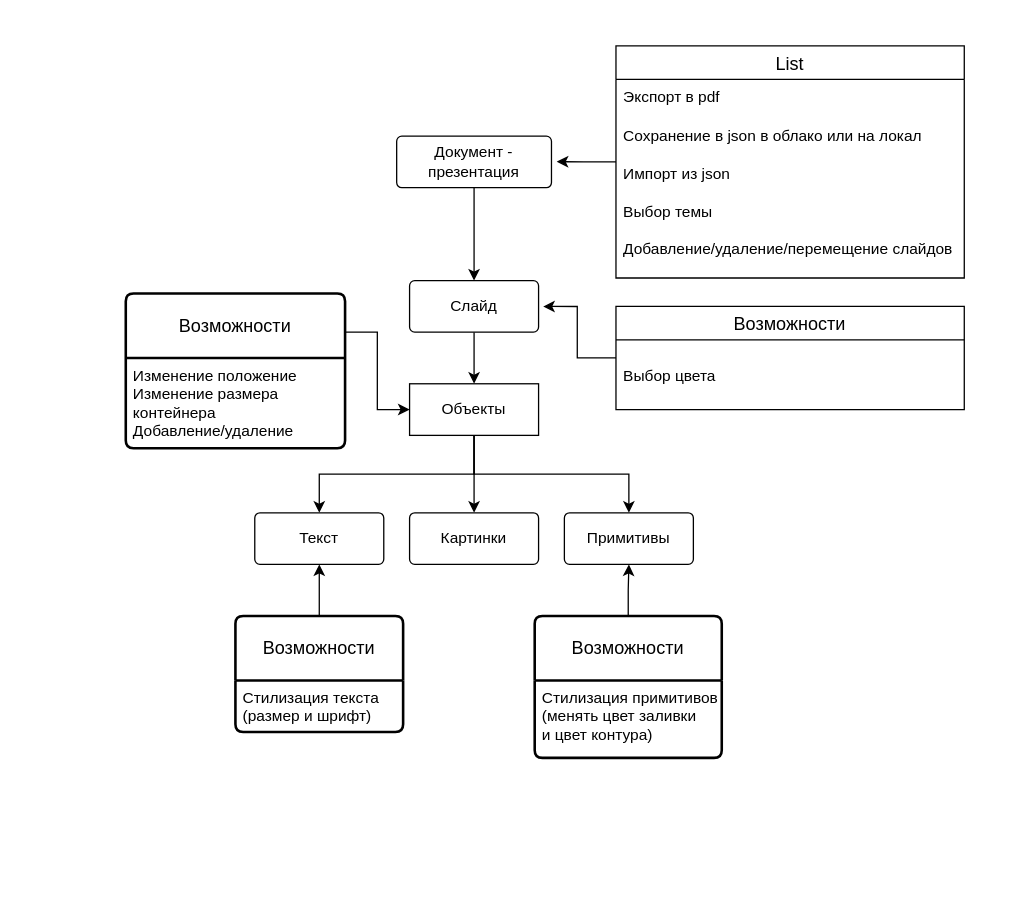
The draw.io diagram Untitled Diagram.drawio in Kortasfa/COM, before the edit. Source tidied: cells renumbered, new cells numbered last; positions are measured from the earlier drawing's top-left corner, leaving out a move shared by most shapes. Both pictures are drawn from the tidied source at 129%, with x=0, y=0 at pixel (125, 45).
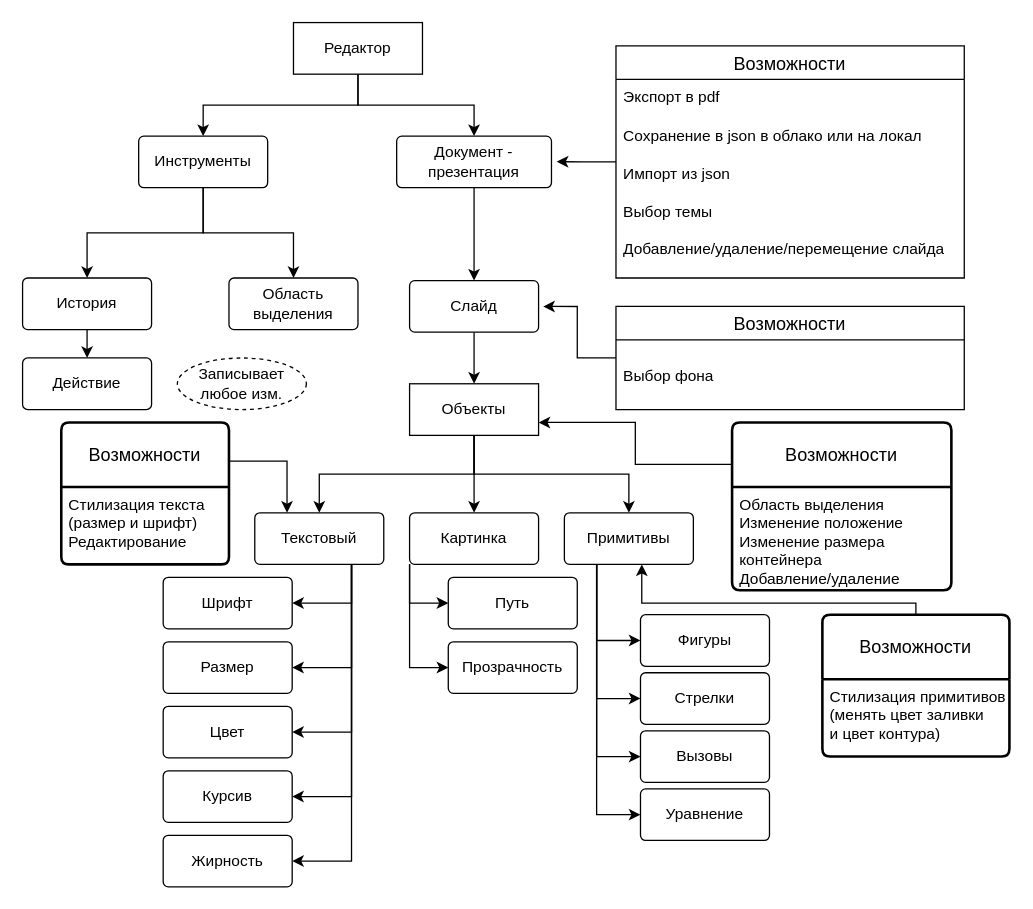
After the change.

Unchanged cells that the change refers to:
```xml
<mxCell id="3" value="Документ - презентация" style="rounded=1;arcSize=10;whiteSpace=wrap;html=1;align=center;" parent="1" vertex="1">
  <mxGeometry x="210" y="70" width="120" height="40" as="geometry" />
</mxCell>
<mxCell id="9" value="Объекты" style="whiteSpace=wrap;html=1;align=center;" parent="1" vertex="1">
  <mxGeometry x="220" y="262" width="100" height="40" as="geometry" />
</mxCell>
<mxCell id="12" value="Примитивы" style="rounded=1;arcSize=10;whiteSpace=wrap;html=1;align=center;" parent="1" vertex="1">
  <mxGeometry x="340" y="362" width="100" height="40" as="geometry" />
</mxCell>
<mxCell id="14" value="Возможности" style="swimlane;fontStyle=0;horizontal=1;startSize=26;align=center;fontSize=14;" parent="1" vertex="1">
  <mxGeometry x="380" y="202" width="270" height="80" as="geometry" />
</mxCell>
```

The edit, as a diff of the source:
```diff
@@
+    <mxCell id="30" style="edgeStyle=orthogonalEdgeStyle;rounded=0;jettySize=auto;html=1;exitX=0.75;exitY=1;exitDx=0;exitDy=0;entryX=1;entryY=0.5;entryDx=0;entryDy=0;" parent="1" edge="1" source="10" target="57">
+      <mxGeometry relative="1" as="geometry" />
+    </mxCell>
+    <mxCell id="31" style="edgeStyle=orthogonalEdgeStyle;rounded=0;jettySize=auto;html=1;exitX=0.75;exitY=1;exitDx=0;exitDy=0;entryX=1;entryY=0.5;entryDx=0;entryDy=0;" parent="1" edge="1" source="10" target="58">
+      <mxGeometry relative="1" as="geometry" />
+    </mxCell>
+    <mxCell id="32" style="edgeStyle=orthogonalEdgeStyle;rounded=0;jettySize=auto;html=1;exitX=0.75;exitY=1;exitDx=0;exitDy=0;entryX=1;entryY=0.5;entryDx=0;entryDy=0;" parent="1" edge="1" source="10" target="59">
+      <mxGeometry relative="1" as="geometry" />
+    </mxCell>
+    <mxCell id="33" style="edgeStyle=orthogonalEdgeStyle;rounded=0;jettySize=auto;html=1;exitX=0.75;exitY=1;exitDx=0;exitDy=0;entryX=1;entryY=0.5;entryDx=0;entryDy=0;" parent="1" edge="1" source="10" target="60">
+      <mxGeometry relative="1" as="geometry" />
+    </mxCell>
+    <mxCell id="34" style="edgeStyle=orthogonalEdgeStyle;rounded=0;jettySize=auto;html=1;exitX=0.75;exitY=1;exitDx=0;exitDy=0;entryX=1;entryY=0.5;entryDx=0;entryDy=0;" parent="1" edge="1" source="10" target="61">
+      <mxGeometry relative="1" as="geometry" />
+    </mxCell>
-    <mxCell id="10" value="Текст" style="rounded=1;arcSize=10;whiteSpace=wrap;html=1;align=center;" parent="1" vertex="1">
+    <mxCell id="10" value="Текстовый" style="rounded=1;arcSize=10;whiteSpace=wrap;html=1;align=center;" parent="1" vertex="1">
       <mxGeometry x="100" y="362" width="100" height="40" as="geometry" />
     </mxCell>
+    <mxCell id="35" style="edgeStyle=orthogonalEdgeStyle;rounded=0;jettySize=auto;html=1;exitX=0;exitY=1;exitDx=0;exitDy=0;entryX=0;entryY=0.5;entryDx=0;entryDy=0;" parent="1" edge="1" source="11" target="62">
+      <mxGeometry relative="1" as="geometry" />
+    </mxCell>
+    <mxCell id="36" style="edgeStyle=orthogonalEdgeStyle;rounded=0;jettySize=auto;html=1;exitX=0;exitY=1;exitDx=0;exitDy=0;entryX=0;entryY=0.5;entryDx=0;entryDy=0;" parent="1" edge="1" source="11" target="63">
+      <mxGeometry relative="1" as="geometry" />
+    </mxCell>
-    <mxCell id="11" value="Картинки" style="rounded=1;arcSize=10;whiteSpace=wrap;html=1;align=center;" parent="1" vertex="1">
+    <mxCell id="11" value="Картинка" style="rounded=1;arcSize=10;whiteSpace=wrap;html=1;align=center;" parent="1" vertex="1">
       <mxGeometry x="220" y="362" width="100" height="40" as="geometry" />
     </mxCell>
+    <mxCell id="37" style="edgeStyle=orthogonalEdgeStyle;rounded=0;jettySize=auto;html=1;exitX=0.25;exitY=1;exitDx=0;exitDy=0;entryX=0;entryY=0.5;entryDx=0;entryDy=0;" parent="1" edge="1" source="12" target="53">
+      <mxGeometry relative="1" as="geometry" />
+    </mxCell>
+    <mxCell id="38" style="edgeStyle=orthogonalEdgeStyle;rounded=0;jettySize=auto;html=1;exitX=0.25;exitY=1;exitDx=0;exitDy=0;entryX=0;entryY=0.5;entryDx=0;entryDy=0;" parent="1" edge="1" source="12" target="54">
+      <mxGeometry relative="1" as="geometry" />
+    </mxCell>
+    <mxCell id="39" style="edgeStyle=orthogonalEdgeStyle;rounded=0;jettySize=auto;html=1;exitX=0.25;exitY=1;exitDx=0;exitDy=0;entryX=0;entryY=0.5;entryDx=0;entryDy=0;" parent="1" edge="1" source="12" target="55">
+      <mxGeometry relative="1" as="geometry" />
+    </mxCell>
+    <mxCell id="40" style="edgeStyle=orthogonalEdgeStyle;rounded=0;jettySize=auto;html=1;exitX=0.25;exitY=1;exitDx=0;exitDy=0;entryX=0;entryY=0.5;entryDx=0;entryDy=0;" parent="1" edge="1" source="12" target="56">
+      <mxGeometry relative="1" as="geometry" />
+    </mxCell>
@@
-    <mxCell id="15" value="&lt;br&gt;Выбор цвета&amp;nbsp;" style="text;strokeColor=none;fillColor=none;spacingLeft=4;spacingRight=4;overflow=hidden;fontSize=12;whiteSpace=wrap;html=1;" parent="14" vertex="1">
+    <mxCell id="15" value="&lt;br&gt;Выбор фона&amp;nbsp;" style="text;strokeColor=none;fillColor=none;spacingLeft=4;spacingRight=4;overflow=hidden;fontSize=12;whiteSpace=wrap;html=1;" parent="14" vertex="1">
       <mxGeometry y="26" width="270" height="54" as="geometry" />
     </mxCell>
@@
-    <mxCell id="17" value="List" style="swimlane;fontStyle=0;horizontal=1;startSize=26;align=center;fontSize=14;" parent="1" vertex="1">
+    <mxCell id="17" value="Возможности" style="swimlane;fontStyle=0;horizontal=1;startSize=26;align=center;fontSize=14;" parent="1" vertex="1">
       <mxGeometry x="380" width="270" height="180" as="geometry" />
     </mxCell>
@@
-    <mxCell id="20" value="Импорт из json&lt;br&gt;&lt;br&gt;Выбор темы&lt;br&gt;&lt;br&gt;Добавление/удаление/перемещение слайдов" style="text;strokeColor=none;fillColor=none;spacingLeft=4;spacingRight=4;overflow=hidden;fontSize=12;whiteSpace=wrap;html=1;" parent="17" vertex="1">
+    <mxCell id="20" value="Импорт из json&lt;br&gt;&lt;br&gt;Выбор темы&lt;br&gt;&lt;br&gt;Добавление/удаление/перемещение слайда" style="text;strokeColor=none;fillColor=none;spacingLeft=4;spacingRight=4;overflow=hidden;fontSize=12;whiteSpace=wrap;html=1;" parent="17" vertex="1">
       <mxGeometry y="86" width="270" height="94" as="geometry" />
     </mxCell>
-    <mxCell id="21" style="edgeStyle=orthogonalEdgeStyle;rounded=0;jettySize=auto;html=1;entryX=0.5;entryY=1;entryDx=0;entryDy=0;" parent="1" edge="1" source="22" target="10">
-      <mxGeometry relative="1" as="geometry" />
-    </mxCell>
+    <mxCell id="41" style="edgeStyle=orthogonalEdgeStyle;rounded=0;jettySize=auto;html=1;entryX=0.25;entryY=0;entryDx=0;entryDy=0;exitX=1;exitY=0;exitDx=0;exitDy=0;" parent="1" edge="1" source="23" target="10">
+      <mxGeometry relative="1" as="geometry" />
+    </mxCell>
     <mxCell id="22" value="Возможности" style="swimlane;horizontal=1;startSize=50;rounded=1;fontSize=14;fontStyle=0;strokeWidth=2;shadow=0;dashed=0;align=center;arcSize=4;whiteSpace=wrap;html=1;" parent="1" vertex="1">
-      <mxGeometry x="85" y="442" width="130" height="90" as="geometry" />
+      <mxGeometry x="-50" y="292" width="130" height="110" as="geometry" />
     </mxCell>
-    <mxCell id="23" value="Стилизация текста &lt;br&gt;(размер и шрифт)" style="align=left;strokeColor=none;fillColor=none;spacingLeft=4;fontSize=12;verticalAlign=top;html=1;" parent="22" vertex="1">
-      <mxGeometry y="50" width="130" height="40" as="geometry" />
+    <mxCell id="23" value="Стилизация текста &lt;br&gt;(размер и шрифт)&lt;br&gt;Редактирование" style="align=left;strokeColor=none;fillColor=none;spacingLeft=4;fontSize=12;verticalAlign=top;html=1;" parent="22" vertex="1">
+      <mxGeometry y="50" width="130" height="60" as="geometry" />
     </mxCell>
+    <mxCell id="42" style="edgeStyle=orthogonalEdgeStyle;rounded=0;jettySize=auto;html=1;exitX=0;exitY=0.25;exitDx=0;exitDy=0;entryX=1;entryY=0.75;entryDx=0;entryDy=0;" parent="1" edge="1" source="24" target="9">
+      <mxGeometry relative="1" as="geometry" />
+    </mxCell>
     <mxCell id="24" value="Возможности" style="swimlane;horizontal=1;startSize=50;rounded=1;fontSize=14;fontStyle=0;strokeWidth=2;shadow=0;dashed=0;align=center;arcSize=4;whiteSpace=wrap;html=1;" parent="1" vertex="1">
-      <mxGeometry y="192" width="170" height="120" as="geometry" />
+      <mxGeometry x="470" y="292" width="170" height="130" as="geometry" />
     </mxCell>
-    <mxCell id="25" value="Изменение положение&lt;br&gt;Изменение размера &lt;br&gt;контейнера&lt;br&gt;Добавление/удаление" style="align=left;strokeColor=none;fillColor=none;spacingLeft=4;fontSize=12;verticalAlign=top;html=1;" parent="24" vertex="1">
-      <mxGeometry y="50" width="170" height="70" as="geometry" />
+    <mxCell id="25" value="Область выделения&lt;br&gt;Изменение положение&lt;br&gt;Изменение размера &lt;br&gt;контейнера&lt;br&gt;Добавление/удаление" style="align=left;strokeColor=none;fillColor=none;spacingLeft=4;fontSize=12;verticalAlign=top;html=1;" parent="24" vertex="1">
+      <mxGeometry y="50" width="170" height="80" as="geometry" />
     </mxCell>
-    <mxCell id="26" style="edgeStyle=orthogonalEdgeStyle;rounded=0;jettySize=auto;html=1;exitX=1;exitY=0;exitDx=0;exitDy=0;entryX=0;entryY=0.5;entryDx=0;entryDy=0;" parent="1" edge="1" source="25" target="9">
-      <mxGeometry relative="1" as="geometry" />
-    </mxCell>
-    <mxCell id="27" style="edgeStyle=orthogonalEdgeStyle;rounded=0;jettySize=auto;html=1;entryX=0.5;entryY=1;entryDx=0;entryDy=0;" parent="1" edge="1" source="28" target="12">
-      <mxGeometry relative="1" as="geometry" />
-    </mxCell>
+    <mxCell id="43" style="edgeStyle=orthogonalEdgeStyle;rounded=0;jettySize=auto;html=1;" parent="1" edge="1" source="28">
+      <mxGeometry relative="1" as="geometry">
+        <mxPoint x="400" y="402" as="targetPoint" />
+        <Array as="points">
+          <mxPoint x="613" y="432" />
+          <mxPoint x="400" y="432" />
+          <mxPoint x="400" y="402" />
+        </Array>
+      </mxGeometry>
+    </mxCell>
     <mxCell id="28" value="Возможности" style="swimlane;horizontal=1;startSize=50;rounded=1;fontSize=14;fontStyle=0;strokeWidth=2;shadow=0;dashed=0;align=center;arcSize=4;whiteSpace=wrap;html=1;" parent="1" vertex="1">
-      <mxGeometry x="317" y="442" width="145" height="110" as="geometry" />
+      <mxGeometry x="540" y="441" width="145" height="110" as="geometry" />
     </mxCell>
@@
+    <mxCell id="44" style="edgeStyle=orthogonalEdgeStyle;rounded=0;jettySize=auto;html=1;exitX=0.5;exitY=1;exitDx=0;exitDy=0;entryX=0.5;entryY=0;entryDx=0;entryDy=0;" parent="1" edge="1" source="46" target="3">
+      <mxGeometry relative="1" as="geometry" />
+    </mxCell>
+    <mxCell id="45" style="edgeStyle=orthogonalEdgeStyle;rounded=0;jettySize=auto;html=1;exitX=0.5;exitY=1;exitDx=0;exitDy=0;entryX=0.5;entryY=0;entryDx=0;entryDy=0;" parent="1" edge="1" source="46" target="49">
+      <mxGeometry relative="1" as="geometry" />
+    </mxCell>
+    <mxCell id="46" value="Редактор" style="whiteSpace=wrap;html=1;align=center;" parent="1" vertex="1">
+      <mxGeometry x="130" y="-18" width="100" height="40" as="geometry" />
+    </mxCell>
+    <mxCell id="47" style="edgeStyle=orthogonalEdgeStyle;rounded=0;jettySize=auto;html=1;exitX=0.5;exitY=1;exitDx=0;exitDy=0;entryX=0.5;entryY=0;entryDx=0;entryDy=0;" parent="1" edge="1" source="49" target="52">
+      <mxGeometry relative="1" as="geometry" />
+    </mxCell>
+    <mxCell id="48" style="edgeStyle=orthogonalEdgeStyle;rounded=0;jettySize=auto;html=1;exitX=0.5;exitY=1;exitDx=0;exitDy=0;entryX=0.5;entryY=0;entryDx=0;entryDy=0;" parent="1" edge="1" source="49" target="51">
+      <mxGeometry relative="1" as="geometry" />
+    </mxCell>
+    <mxCell id="49" value="Инструменты" style="rounded=1;arcSize=10;whiteSpace=wrap;html=1;align=center;" parent="1" vertex="1">
+      <mxGeometry x="10" y="70" width="100" height="40" as="geometry" />
+    </mxCell>
+    <mxCell id="50" style="edgeStyle=orthogonalEdgeStyle;rounded=0;jettySize=auto;html=1;exitX=0.5;exitY=1;exitDx=0;exitDy=0;entryX=0.5;entryY=0;entryDx=0;entryDy=0;" parent="1" edge="1" source="51" target="64">
+      <mxGeometry relative="1" as="geometry" />
+    </mxCell>
+    <mxCell id="51" value="История" style="rounded=1;arcSize=10;whiteSpace=wrap;html=1;align=center;" parent="1" vertex="1">
+      <mxGeometry x="-80" y="180" width="100" height="40" as="geometry" />
+    </mxCell>
+    <mxCell id="52" value="Область выделения" style="rounded=1;arcSize=10;whiteSpace=wrap;html=1;align=center;" parent="1" vertex="1">
+      <mxGeometry x="80" y="180" width="100" height="40" as="geometry" />
+    </mxCell>
+    <mxCell id="53" value="Фигуры" style="rounded=1;arcSize=10;whiteSpace=wrap;html=1;align=center;" parent="1" vertex="1">
+      <mxGeometry x="399" y="441" width="100" height="40" as="geometry" />
+    </mxCell>
+    <mxCell id="54" value="Стрелки" style="rounded=1;arcSize=10;whiteSpace=wrap;html=1;align=center;" parent="1" vertex="1">
+      <mxGeometry x="399" y="486" width="100" height="40" as="geometry" />
+    </mxCell>
+    <mxCell id="55" value="Вызовы" style="rounded=1;arcSize=10;whiteSpace=wrap;html=1;align=center;" parent="1" vertex="1">
+      <mxGeometry x="399" y="531" width="100" height="40" as="geometry" />
+    </mxCell>
+    <mxCell id="56" value="Уравнение" style="rounded=1;arcSize=10;whiteSpace=wrap;html=1;align=center;" parent="1" vertex="1">
+      <mxGeometry x="399" y="576" width="100" height="40" as="geometry" />
+    </mxCell>
+    <mxCell id="57" value="Шрифт" style="rounded=1;arcSize=10;whiteSpace=wrap;html=1;align=center;" parent="1" vertex="1">
+      <mxGeometry x="29" y="412" width="100" height="40" as="geometry" />
+    </mxCell>
+    <mxCell id="58" value="Размер" style="rounded=1;arcSize=10;whiteSpace=wrap;html=1;align=center;" parent="1" vertex="1">
+      <mxGeometry x="29" y="462" width="100" height="40" as="geometry" />
+    </mxCell>
+    <mxCell id="59" value="Цвет" style="rounded=1;arcSize=10;whiteSpace=wrap;html=1;align=center;" parent="1" vertex="1">
+      <mxGeometry x="29" y="512" width="100" height="40" as="geometry" />
+    </mxCell>
+    <mxCell id="60" value="Курсив" style="rounded=1;arcSize=10;whiteSpace=wrap;html=1;align=center;" parent="1" vertex="1">
+      <mxGeometry x="29" y="562" width="100" height="40" as="geometry" />
+    </mxCell>
+    <mxCell id="61" value="Жирность" style="rounded=1;arcSize=10;whiteSpace=wrap;html=1;align=center;" parent="1" vertex="1">
+      <mxGeometry x="29" y="612" width="100" height="40" as="geometry" />
+    </mxCell>
+    <mxCell id="62" value="Путь" style="rounded=1;arcSize=10;whiteSpace=wrap;html=1;align=center;" parent="1" vertex="1">
+      <mxGeometry x="250" y="412" width="100" height="40" as="geometry" />
+    </mxCell>
+    <mxCell id="63" value="Прозрачность" style="rounded=1;arcSize=10;whiteSpace=wrap;html=1;align=center;" parent="1" vertex="1">
+      <mxGeometry x="250" y="462" width="100" height="40" as="geometry" />
+    </mxCell>
+    <mxCell id="64" value="Действие" style="rounded=1;arcSize=10;whiteSpace=wrap;html=1;align=center;" parent="1" vertex="1">
+      <mxGeometry x="-80" y="242" width="100" height="40" as="geometry" />
+    </mxCell>
+    <mxCell id="65" value="Записывает любое изм." style="ellipse;whiteSpace=wrap;html=1;align=center;dashed=1;" parent="1" vertex="1">
+      <mxGeometry x="40" y="242" width="100" height="40" as="geometry" />
+    </mxCell>
```
